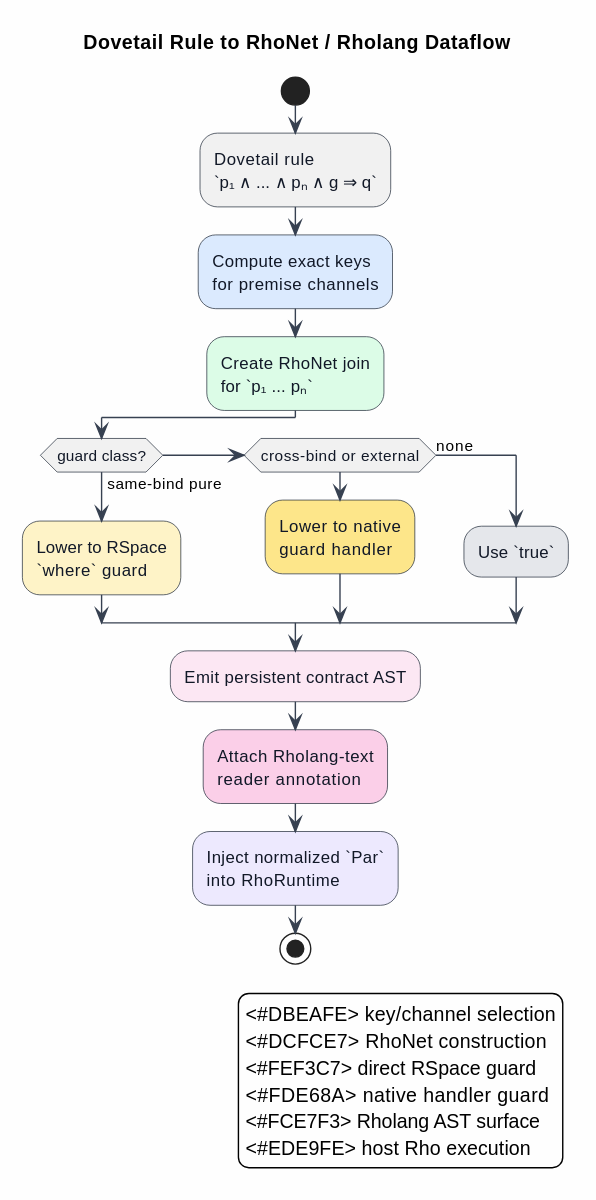
F1R3FLY-io/mettail-rust keeps this PlantUML diagram as docs/architecture/rho-native-integration/figures/04-rho-native-dataflow-lowering.svg. Above is the earlier version.
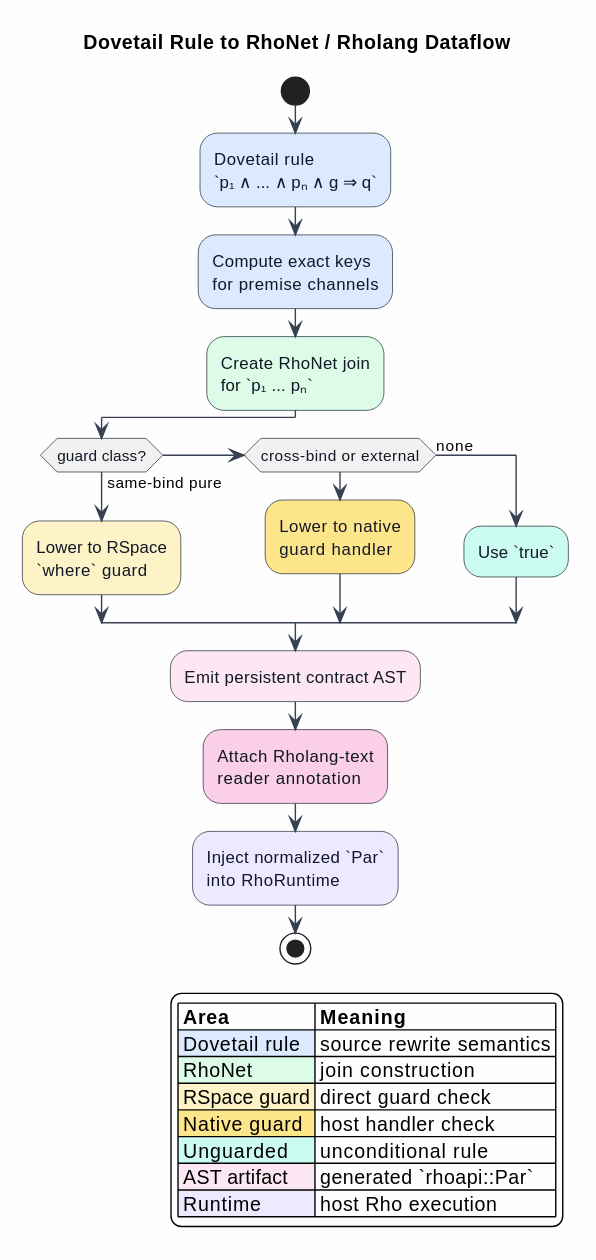
Above is the later version.

Change to the diagram source:
```diff
@@ -10,7 +10,7 @@
 }
 
 start
-:Dovetail rule\n`p₁ ∧ ... ∧ pₙ ∧ g ⇒ q`;
+:Dovetail rule\n`p₁ ∧ ... ∧ pₙ ∧ g ⇒ q`; <<#DBEAFE>>
 :Compute exact keys\nfor premise channels; <<#DBEAFE>>
 :Create RhoNet join\nfor `p₁ ... pₙ`; <<#DCFCE7>>
 if (guard class?) then (same-bind pure)
@@ -18,7 +18,7 @@
 elseif (cross-bind or external)
   :Lower to native\nguard handler; <<#FDE68A>>
 else (none)
-  :Use `true`; <<#E5E7EB>>
+  :Use `true`; <<#CCFBF1>>
 endif
 :Emit persistent contract AST; <<#FCE7F3>>
 :Attach Rholang-text\nreader annotation; <<#FBCFE8>>
@@ -26,11 +26,13 @@
 stop
 
 legend right
-  <#DBEAFE> key/channel selection
-  <#DCFCE7> RhoNet construction
-  <#FEF3C7> direct RSpace guard
-  <#FDE68A> native handler guard
-  <#FCE7F3> Rholang AST surface
-  <#EDE9FE> host Rho execution
+|= Area |= Meaning |
+|<#DBEAFE> Dovetail rule | source rewrite semantics |
+|<#DCFCE7> RhoNet | join construction |
+|<#FEF3C7> RSpace guard | direct guard check |
+|<#FDE68A> Native guard | host handler check |
+|<#CCFBF1> Unguarded | unconditional rule |
+|<#FCE7F3> AST artifact | generated `rhoapi::Par` |
+|<#EDE9FE> Runtime | host Rho execution |
 endlegend
 @enduml
```
